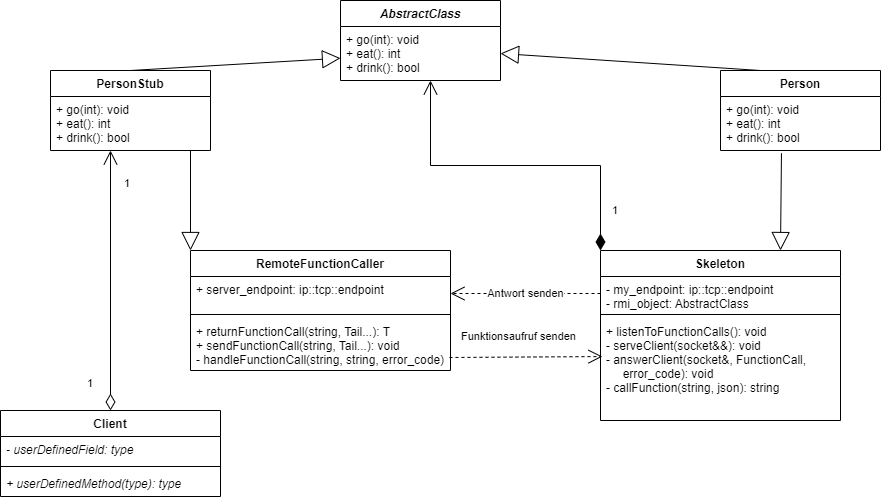
Above: doc/images/class_diagram.png in Watzum/rmi_system (draw.io), before the change. Source tidied: cells renumbered, new cells last; positions are measured from the earlier drawing's top-left corner, leaving out a move shared by most shapes.
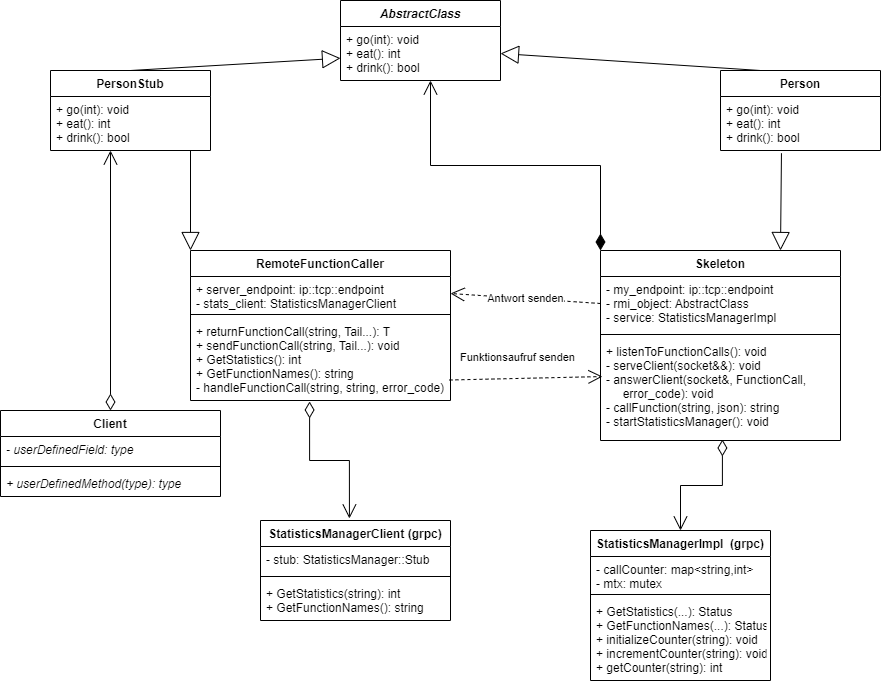
After the change.

Commit message:
Füge gRPC-Teil zur Ausarbeitung hinzu

The edit, as a diff of the source:
```diff
@@ -28,30 +28,20 @@
         </Array>
       </mxGeometry>
     </mxCell>
-    <mxCell id="9" value="1" style="edgeLabel;html=1;align=left;verticalAlign=top;" parent="8" vertex="1">
-      <mxGeometry x="-1" relative="1" as="geometry">
-        <mxPoint x="-25" y="-40" as="offset" />
-      </mxGeometry>
-    </mxCell>
-    <mxCell id="10" value="1" style="edgeLabel;html=1;align=right;verticalAlign=top;" parent="8" vertex="1">
-      <mxGeometry x="1" relative="1" as="geometry">
-        <mxPoint x="20" y="20" as="offset" />
-      </mxGeometry>
-    </mxCell>
     <mxCell id="11" style="endArrow=block;endSize=16;endFill=0;html=1;rounded=0;exitX=0.5;exitY=0;exitDx=0;exitDy=0;" parent="1" edge="1" source="2" target="19">
       <mxGeometry relative="1" as="geometry" />
     </mxCell>
     <mxCell id="12" value="Skeleton" style="swimlane;fontStyle=1;align=center;verticalAlign=top;horizontal=1;startSize=26;" parent="1" vertex="1">
-      <mxGeometry x="600" y="250" width="240" height="170" as="geometry" />
+      <mxGeometry x="600" y="250" width="240" height="190" as="geometry" />
     </mxCell>
-    <mxCell id="13" value="- my_endpoint: ip::tcp::endpoint&#10;- rmi_object: AbstractClass" style="text;strokeColor=none;fillColor=none;align=left;verticalAlign=top;spacingLeft=4;spacingRight=4;overflow=hidden;points=[[0,0.5],[1,0.5]];portConstraint=eastwest;" parent="12" vertex="1">
-      <mxGeometry y="26" width="240" height="34" as="geometry" />
+    <mxCell id="13" value="- my_endpoint: ip::tcp::endpoint&#10;- rmi_object: AbstractClass&#10;- service: StatisticsManagerImpl" style="text;strokeColor=none;fillColor=none;align=left;verticalAlign=top;spacingLeft=4;spacingRight=4;overflow=hidden;points=[[0,0.5],[1,0.5]];portConstraint=eastwest;" parent="12" vertex="1">
+      <mxGeometry y="26" width="240" height="54" as="geometry" />
     </mxCell>
     <mxCell id="14" style="line;strokeWidth=1;fillColor=none;align=left;verticalAlign=middle;spacingTop=-1;spacingLeft=3;spacingRight=3;labelPosition=right;" parent="12" vertex="1">
-      <mxGeometry y="60" width="240" height="8" as="geometry" />
+      <mxGeometry y="80" width="240" height="8" as="geometry" />
     </mxCell>
-    <mxCell id="15" value="+ listenToFunctionCalls(): void&#10;- serveClient(socket&amp;&amp;): void&#10;- answerClient(socket&amp;, FunctionCall, &#10;     error_code): void&#10;- callFunction(string, json): string" style="text;strokeColor=none;fillColor=none;align=left;verticalAlign=top;spacingLeft=4;spacingRight=4;overflow=hidden;points=[[0,0.5],[1,0.5]];portConstraint=eastwest;" parent="12" vertex="1">
-      <mxGeometry y="68" width="240" height="102" as="geometry" />
+    <mxCell id="15" value="+ listenToFunctionCalls(): void&#10;- serveClient(socket&amp;&amp;): void&#10;- answerClient(socket&amp;, FunctionCall, &#10;     error_code): void&#10;- callFunction(string, json): string&#10;- startStatisticsManager(): void" style="text;strokeColor=none;fillColor=none;align=left;verticalAlign=top;spacingLeft=4;spacingRight=4;overflow=hidden;points=[[0,0.5],[1,0.5]];portConstraint=eastwest;" parent="12" vertex="1">
+      <mxGeometry y="88" width="240" height="102" as="geometry" />
     </mxCell>
     <mxCell id="16" value="Person" style="swimlane;fontStyle=1;align=center;verticalAlign=top;horizontal=1;startSize=26;" parent="1" vertex="1">
       <mxGeometry x="720" y="70" width="160" height="80" as="geometry" />
@@ -69,16 +59,16 @@
       <mxGeometry relative="1" as="geometry" />
     </mxCell>
     <mxCell id="21" value="RemoteFunctionCaller" style="swimlane;fontStyle=1;align=center;verticalAlign=top;horizontal=1;startSize=26;" parent="1" vertex="1">
-      <mxGeometry x="190" y="250" width="260" height="120" as="geometry" />
+      <mxGeometry x="190" y="250" width="260" height="150" as="geometry" />
     </mxCell>
-    <mxCell id="22" value="+ server_endpoint: ip::tcp::endpoint" style="text;strokeColor=none;fillColor=none;align=left;verticalAlign=top;spacingLeft=4;spacingRight=4;overflow=hidden;points=[[0,0.5],[1,0.5]];portConstraint=eastwest;" parent="21" vertex="1">
+    <mxCell id="22" value="+ server_endpoint: ip::tcp::endpoint&#10;- stats_client: StatisticsManagerClient" style="text;strokeColor=none;fillColor=none;align=left;verticalAlign=top;spacingLeft=4;spacingRight=4;overflow=hidden;points=[[0,0.5],[1,0.5]];portConstraint=eastwest;" parent="21" vertex="1">
       <mxGeometry y="26" width="260" height="34" as="geometry" />
     </mxCell>
     <mxCell id="23" style="line;strokeWidth=1;fillColor=none;align=left;verticalAlign=middle;spacingTop=-1;spacingLeft=3;spacingRight=3;labelPosition=right;" parent="21" vertex="1">
       <mxGeometry y="60" width="260" height="8" as="geometry" />
     </mxCell>
-    <mxCell id="24" value="+ returnFunctionCall(string, Tail...): T&#10;+ sendFunctionCall(string, Tail...): void&#10;- handleFunctionCall(string, string, error_code)" style="text;strokeColor=none;fillColor=none;align=left;verticalAlign=top;spacingLeft=4;spacingRight=4;overflow=hidden;points=[[0,0.5],[1,0.5]];portConstraint=eastwest;" parent="21" vertex="1">
-      <mxGeometry y="68" width="260" height="52" as="geometry" />
+    <mxCell id="24" value="+ returnFunctionCall(string, Tail...): T&#10;+ sendFunctionCall(string, Tail...): void&#10;+ GetStatistics(): int&#10;+ GetFunctionNames(): string&#10;- handleFunctionCall(string, string, error_code)" style="text;strokeColor=none;fillColor=none;align=left;verticalAlign=top;spacingLeft=4;spacingRight=4;overflow=hidden;points=[[0,0.5],[1,0.5]];portConstraint=eastwest;" parent="21" vertex="1">
+      <mxGeometry y="68" width="260" height="82" as="geometry" />
     </mxCell>
     <mxCell id="25" style="endArrow=block;endSize=16;endFill=0;html=1;rounded=0;entryX=0;entryY=0;entryDx=0;entryDy=0;exitX=0.875;exitY=1;exitDx=0;exitDy=0;exitPerimeter=0;" parent="1" edge="1" source="3" target="21">
       <mxGeometry relative="1" as="geometry" />
@@ -92,10 +82,40 @@
     <mxCell id="28" value="Antwort senden" style="endArrow=open;endSize=12;dashed=1;html=1;rounded=0;exitX=0;exitY=0.5;exitDx=0;exitDy=0;entryX=1;entryY=0.5;entryDx=0;entryDy=0;" parent="1" edge="1" source="13" target="22">
       <mxGeometry relative="1" as="geometry" />
     </mxCell>
-    <mxCell id="29" value="1" style="endArrow=open;html=1;endSize=12;startArrow=diamondThin;startSize=14;startFill=1;edgeStyle=orthogonalEdgeStyle;align=left;verticalAlign=bottom;rounded=0;exitX=0;exitY=0;exitDx=0;exitDy=0;" parent="1" edge="1" source="12">
+    <mxCell id="29" style="endArrow=open;html=1;endSize=12;startArrow=diamondThin;startSize=14;startFill=1;edgeStyle=orthogonalEdgeStyle;align=left;verticalAlign=bottom;rounded=0;exitX=0;exitY=0;exitDx=0;exitDy=0;" parent="1" edge="1" source="12">
       <mxGeometry x="-0.82" y="-10" relative="1" as="geometry">
         <mxPoint x="430" y="80" as="targetPoint" />
       </mxGeometry>
     </mxCell>
+    <mxCell id="30" value="StatisticsManagerImpl  (grpc)" style="swimlane;fontStyle=1;align=center;verticalAlign=top;horizontal=1;startSize=26;" parent="1" vertex="1">
+      <mxGeometry x="590" y="530" width="180" height="150" as="geometry" />
+    </mxCell>
+    <mxCell id="31" value="- callCounter: map&lt;string,int&gt;&#10;- mtx: mutex" style="text;strokeColor=none;fillColor=none;align=left;verticalAlign=top;spacingLeft=4;spacingRight=4;overflow=hidden;" parent="30" vertex="1">
+      <mxGeometry y="26" width="180" height="34" as="geometry" />
+    </mxCell>
+    <mxCell id="32" style="line;strokeWidth=1;fillColor=none;align=left;verticalAlign=middle;spacingTop=-1;spacingLeft=3;spacingRight=3;labelPosition=right;" parent="30" vertex="1">
+      <mxGeometry y="60" width="180" height="8" as="geometry" />
+    </mxCell>
+    <mxCell id="33" value="+ GetStatistics(...): Status&#10;+ GetFunctionNames(...): Status&#10;+ initializeCounter(string): void&#10;+ incrementCounter(string): void&#10;+ getCounter(string): int" style="text;strokeColor=none;fillColor=none;align=left;verticalAlign=top;spacingLeft=4;spacingRight=4;overflow=hidden;" parent="30" vertex="1">
+      <mxGeometry y="68" width="180" height="82" as="geometry" />
+    </mxCell>
+    <mxCell id="34" style="endArrow=open;html=1;endSize=12;startArrow=diamondThin;startSize=14;startFill=0;edgeStyle=orthogonalEdgeStyle;align=left;verticalAlign=bottom;rounded=0;exitX=0.508;exitY=0.99;exitDx=0;exitDy=0;exitPerimeter=0;entryX=0.5;entryY=0;entryDx=0;entryDy=0;" parent="1" edge="1" source="15" target="30">
+      <mxGeometry x="-0.53" y="18" relative="1" as="geometry" />
+    </mxCell>
+    <mxCell id="35" value="StatisticsManagerClient (grpc)" style="swimlane;fontStyle=1;align=center;verticalAlign=top;horizontal=1;startSize=26;" parent="1" vertex="1">
+      <mxGeometry x="260" y="520" width="190" height="100" as="geometry" />
+    </mxCell>
+    <mxCell id="36" value="- stub: StatisticsManager::Stub" style="text;strokeColor=none;fillColor=none;align=left;verticalAlign=top;spacingLeft=4;spacingRight=4;overflow=hidden;" parent="35" vertex="1">
+      <mxGeometry y="26" width="190" height="26" as="geometry" />
+    </mxCell>
+    <mxCell id="37" style="line;strokeWidth=1;fillColor=none;align=left;verticalAlign=middle;spacingTop=-1;spacingLeft=3;spacingRight=3;labelPosition=right;" parent="35" vertex="1">
+      <mxGeometry y="52" width="190" height="8" as="geometry" />
+    </mxCell>
+    <mxCell id="38" value="+ GetStatistics(string): int&#10;+ GetFunctionNames(): string" style="text;strokeColor=none;fillColor=none;align=left;verticalAlign=top;spacingLeft=4;spacingRight=4;overflow=hidden;" parent="35" vertex="1">
+      <mxGeometry y="60" width="190" height="40" as="geometry" />
+    </mxCell>
+    <mxCell id="39" style="endArrow=open;html=1;endSize=12;startArrow=diamondThin;startSize=14;startFill=0;edgeStyle=orthogonalEdgeStyle;align=left;verticalAlign=bottom;rounded=0;exitX=0.458;exitY=1.012;exitDx=0;exitDy=0;exitPerimeter=0;entryX=0.468;entryY=-0.02;entryDx=0;entryDy=0;entryPerimeter=0;" parent="1" edge="1" source="24" target="35">
+      <mxGeometry x="0.2" y="40" relative="1" as="geometry" />
+    </mxCell>
   </root>
 </mxGraphModel>
```
